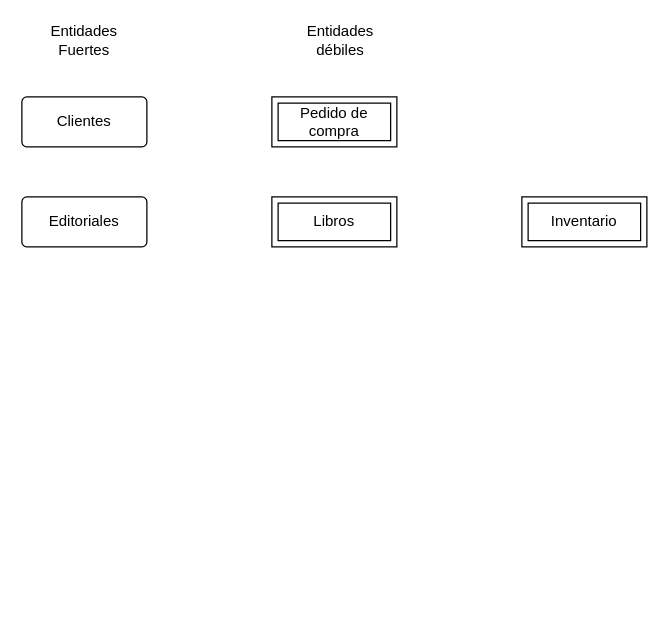
The draw.io diagram ClubDelLibro.drawio in ivazquez-07/database-modeller-excersises, before the edit. Source tidied: cells renumbered, new cells numbered last; positions are measured from the earlier drawing's top-left corner, leaving out a move shared by most shapes. Both pictures are drawn from the tidied source at 125%, with x=0, y=0 at pixel (21, 21).
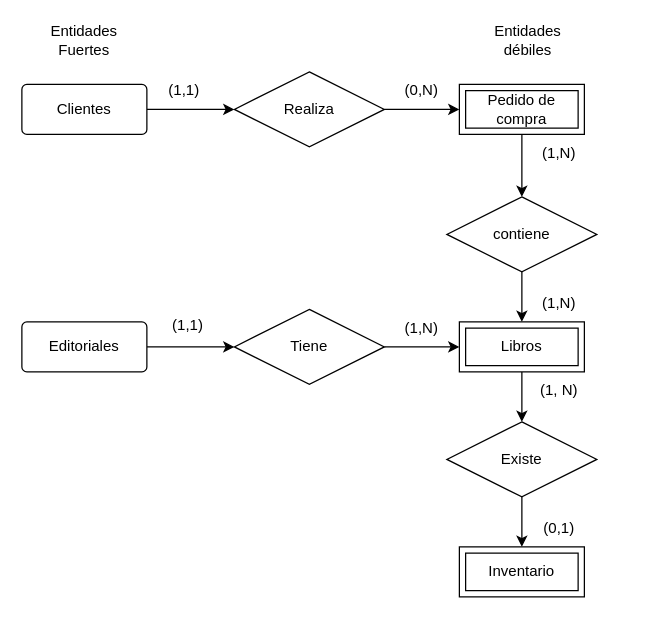
The same page after the edit.

Commit message:
Diagrama de Relación de Entidades

Change to the diagram source:
```diff
@@
+    <mxCell id="9" style="edgeStyle=orthogonalEdgeStyle;rounded=0;jettySize=auto;html=1;" parent="1" edge="1" source="2" target="14">
+      <mxGeometry relative="1" as="geometry" />
+    </mxCell>
     <mxCell id="2" value="Clientes" style="rounded=1;arcSize=10;whiteSpace=wrap;html=1;align=center;" parent="1" vertex="1">
-      <mxGeometry y="60" width="100" height="40" as="geometry" />
+      <mxGeometry y="50" width="100" height="40" as="geometry" />
     </mxCell>
+    <mxCell id="10" style="edgeStyle=orthogonalEdgeStyle;rounded=0;jettySize=auto;html=1;exitX=0.5;exitY=1;exitDx=0;exitDy=0;entryX=0.5;entryY=0;entryDx=0;entryDy=0;" parent="1" edge="1" source="3" target="16">
+      <mxGeometry relative="1" as="geometry" />
+    </mxCell>
     <mxCell id="3" value="Pedido de compra" style="shape=ext;margin=3;double=1;whiteSpace=wrap;html=1;align=center;" parent="1" vertex="1">
-      <mxGeometry x="200" y="60" width="100" height="40" as="geometry" />
+      <mxGeometry x="350" y="50" width="100" height="40" as="geometry" />
     </mxCell>
+    <mxCell id="11" style="edgeStyle=orthogonalEdgeStyle;rounded=0;jettySize=auto;html=1;" parent="1" edge="1" source="4" target="22">
+      <mxGeometry relative="1" as="geometry" />
+    </mxCell>
     <mxCell id="4" value="Editoriales" style="rounded=1;arcSize=10;whiteSpace=wrap;html=1;align=center;" parent="1" vertex="1">
-      <mxGeometry y="140" width="100" height="40" as="geometry" />
+      <mxGeometry y="240" width="100" height="40" as="geometry" />
     </mxCell>
     <mxCell id="5" value="Inventario" style="shape=ext;margin=3;double=1;whiteSpace=wrap;html=1;align=center;" parent="1" vertex="1">
-      <mxGeometry x="400" y="140" width="100" height="40" as="geometry" />
+      <mxGeometry x="350" y="420" width="100" height="40" as="geometry" />
     </mxCell>
@@
-    <mxCell id="7" value="Entidades débiles" style="text;html=1;align=center;verticalAlign=middle;whiteSpace=wrap;rounded=0;" parent="1" vertex="1">
-      <mxGeometry x="225" width="60" height="30" as="geometry" />
+    <mxCell id="7" value="Entidades débiles" style="text;html=1;align=center;verticalAlign=middle;whiteSpace=wrap;rounded=0;strokeColor=none;fillColor=none;" parent="1" vertex="1">
+      <mxGeometry x="375" width="60" height="30" as="geometry" />
     </mxCell>
+    <mxCell id="12" style="edgeStyle=orthogonalEdgeStyle;rounded=0;jettySize=auto;html=1;" parent="1" edge="1" source="8" target="26">
+      <mxGeometry relative="1" as="geometry" />
+    </mxCell>
     <mxCell id="8" value="Libros" style="shape=ext;margin=3;double=1;whiteSpace=wrap;html=1;align=center;" parent="1" vertex="1">
-      <mxGeometry x="200" y="140" width="100" height="40" as="geometry" />
+      <mxGeometry x="350" y="240" width="100" height="40" as="geometry" />
     </mxCell>
+    <mxCell id="13" style="edgeStyle=orthogonalEdgeStyle;rounded=0;jettySize=auto;html=1;" parent="1" edge="1" source="14" target="3">
+      <mxGeometry relative="1" as="geometry" />
+    </mxCell>
+    <mxCell id="14" value="Realiza" style="shape=rhombus;perimeter=rhombusPerimeter;whiteSpace=wrap;html=1;align=center;" parent="1" vertex="1">
+      <mxGeometry x="170" y="40" width="120" height="60" as="geometry" />
+    </mxCell>
+    <mxCell id="15" style="edgeStyle=orthogonalEdgeStyle;rounded=0;jettySize=auto;html=1;" parent="1" edge="1" source="16" target="8">
+      <mxGeometry relative="1" as="geometry" />
+    </mxCell>
+    <mxCell id="16" value="contiene" style="shape=rhombus;perimeter=rhombusPerimeter;whiteSpace=wrap;html=1;align=center;" parent="1" vertex="1">
+      <mxGeometry x="340" y="140" width="120" height="60" as="geometry" />
+    </mxCell>
+    <mxCell id="17" value="(1,1)" style="text;html=1;align=center;verticalAlign=middle;whiteSpace=wrap;rounded=0;" parent="1" vertex="1">
+      <mxGeometry x="100" y="40" width="60" height="30" as="geometry" />
+    </mxCell>
+    <mxCell id="18" value="(0,N)" style="text;html=1;align=center;verticalAlign=middle;whiteSpace=wrap;rounded=0;" parent="1" vertex="1">
+      <mxGeometry x="290" y="40" width="60" height="30" as="geometry" />
+    </mxCell>
+    <mxCell id="19" value="(1,N)" style="text;html=1;align=center;verticalAlign=middle;whiteSpace=wrap;rounded=0;" parent="1" vertex="1">
+      <mxGeometry x="400" y="90" width="60" height="30" as="geometry" />
+    </mxCell>
+    <mxCell id="20" value="(1,N)" style="text;html=1;align=center;verticalAlign=middle;whiteSpace=wrap;rounded=0;" parent="1" vertex="1">
+      <mxGeometry x="400" y="210" width="60" height="30" as="geometry" />
+    </mxCell>
+    <mxCell id="21" style="edgeStyle=orthogonalEdgeStyle;rounded=0;jettySize=auto;html=1;exitX=1;exitY=0.5;exitDx=0;exitDy=0;" parent="1" edge="1" source="22" target="8">
+      <mxGeometry relative="1" as="geometry" />
+    </mxCell>
+    <mxCell id="22" value="Tiene" style="shape=rhombus;perimeter=rhombusPerimeter;whiteSpace=wrap;html=1;align=center;" parent="1" vertex="1">
+      <mxGeometry x="170" y="230" width="120" height="60" as="geometry" />
+    </mxCell>
+    <mxCell id="23" value="(1,N)" style="text;html=1;align=center;verticalAlign=middle;whiteSpace=wrap;rounded=0;" parent="1" vertex="1">
+      <mxGeometry x="290" y="230" width="60" height="30" as="geometry" />
+    </mxCell>
+    <mxCell id="24" value="(1,1)" style="text;html=1;align=center;verticalAlign=middle;whiteSpace=wrap;rounded=0;" parent="1" vertex="1">
+      <mxGeometry x="103" y="228" width="60" height="30" as="geometry" />
+    </mxCell>
+    <mxCell id="25" style="edgeStyle=orthogonalEdgeStyle;rounded=0;jettySize=auto;html=1;" parent="1" edge="1" source="26" target="5">
+      <mxGeometry relative="1" as="geometry" />
+    </mxCell>
+    <mxCell id="26" value="Existe" style="shape=rhombus;perimeter=rhombusPerimeter;whiteSpace=wrap;html=1;align=center;" parent="1" vertex="1">
+      <mxGeometry x="340" y="320" width="120" height="60" as="geometry" />
+    </mxCell>
+    <mxCell id="27" value="(1, N)" style="text;html=1;align=center;verticalAlign=middle;whiteSpace=wrap;rounded=0;" parent="1" vertex="1">
+      <mxGeometry x="400" y="280" width="60" height="30" as="geometry" />
+    </mxCell>
+    <mxCell id="28" value="(0,1)" style="text;html=1;align=center;verticalAlign=middle;whiteSpace=wrap;rounded=0;" parent="1" vertex="1">
+      <mxGeometry x="400" y="390" width="60" height="30" as="geometry" />
+    </mxCell>
```
